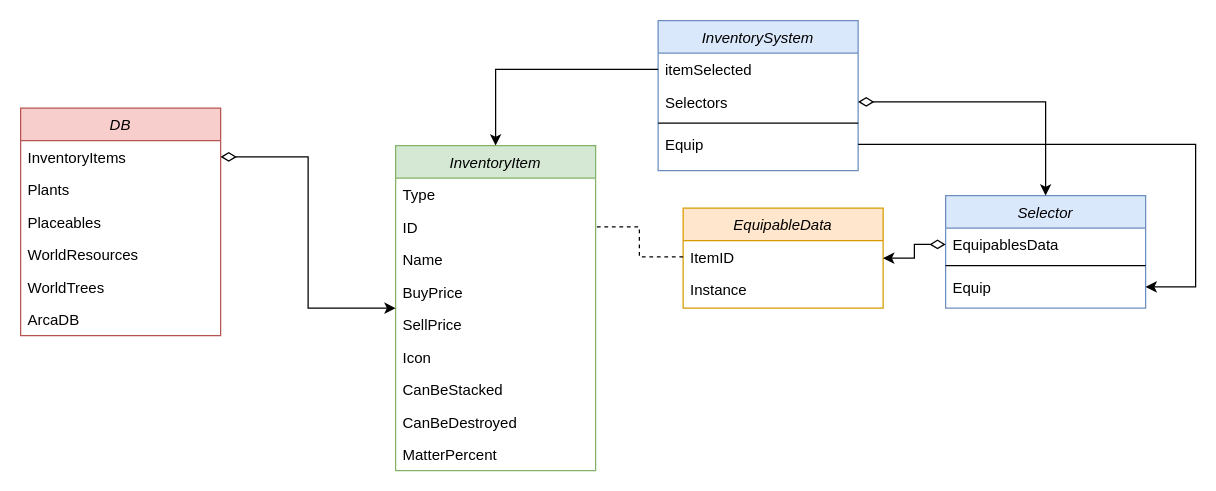
MagincyanGames/FarlandsCoreMod keeps this draw.io diagram as Docs/EquipItem.drawio. Above is the earlier version. Source tidied: cells renumbered, new cells numbered last; positions are measured from the earlier drawing's top-left corner, leaving out a move shared by most shapes. Both pictures are drawn from the tidied source at 125%, with x=0, y=0 at pixel (20, 20).
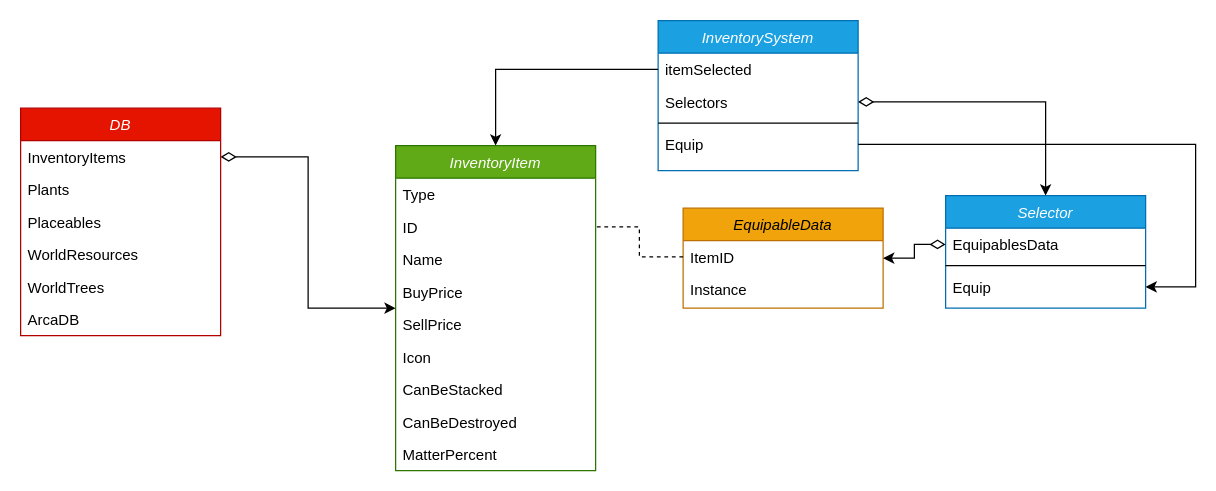
After the change.

Change to the diagram source:
```diff
@@
-    <mxCell id="2" value="InventoryItem" style="swimlane;fontStyle=2;align=center;verticalAlign=top;horizontal=1;startSize=26;rounded=0;shadow=0;strokeWidth=1;fillColor=#d5e8d4;strokeColor=#82b366;" parent="1" vertex="1">
+    <mxCell id="2" value="InventoryItem" style="swimlane;fontStyle=2;align=center;verticalAlign=top;horizontal=1;startSize=26;rounded=0;shadow=0;strokeWidth=1;fillColor=#60a917;strokeColor=#2D7600;fontColor=#ffffff;" parent="1" vertex="1">
       <mxGeometry x="300" y="100" width="160" height="260" as="geometry" />
     </mxCell>
@@
-    <mxCell id="12" value="EquipableData" style="swimlane;fontStyle=2;align=center;verticalAlign=top;horizontal=1;startSize=26;rounded=0;shadow=0;strokeWidth=1;fillColor=#ffe6cc;strokeColor=#d79b00;" parent="1" vertex="1">
+    <mxCell id="12" value="EquipableData" style="swimlane;fontStyle=2;align=center;verticalAlign=top;horizontal=1;startSize=26;rounded=0;shadow=0;strokeWidth=1;fillColor=#f0a30a;strokeColor=#BD7000;fontColor=#000000;" parent="1" vertex="1">
       <mxGeometry x="530" y="150" width="160" height="80" as="geometry" />
     </mxCell>
@@
-    <mxCell id="15" value="InventorySystem" style="swimlane;fontStyle=2;align=center;verticalAlign=top;horizontal=1;startSize=26;rounded=0;shadow=0;strokeWidth=1;fillColor=#dae8fc;strokeColor=#6c8ebf;" parent="1" vertex="1">
+    <mxCell id="15" value="InventorySystem" style="swimlane;fontStyle=2;align=center;verticalAlign=top;horizontal=1;startSize=26;rounded=0;shadow=0;strokeWidth=1;fillColor=#1ba1e2;strokeColor=#006EAF;fontColor=#ffffff;" parent="1" vertex="1">
       <mxGeometry x="510" width="160" height="120" as="geometry" />
     </mxCell>
@@
-    <mxCell id="21" value="DB" style="swimlane;fontStyle=2;align=center;verticalAlign=top;horizontal=1;startSize=26;rounded=0;shadow=0;strokeWidth=1;fillColor=#f8cecc;strokeColor=#b85450;" parent="1" vertex="1">
+    <mxCell id="21" value="DB" style="swimlane;fontStyle=2;align=center;verticalAlign=top;horizontal=1;startSize=26;rounded=0;shadow=0;strokeWidth=1;fillColor=#e51400;strokeColor=#B20000;fontColor=#ffffff;" parent="1" vertex="1">
       <mxGeometry y="70" width="160" height="182" as="geometry" />
     </mxCell>
@@
-    <mxCell id="30" value="Selector" style="swimlane;fontStyle=2;align=center;verticalAlign=top;horizontal=1;startSize=26;rounded=0;shadow=0;strokeWidth=1;fillColor=#dae8fc;strokeColor=#6c8ebf;" parent="1" vertex="1">
+    <mxCell id="30" value="Selector" style="swimlane;fontStyle=2;align=center;verticalAlign=top;horizontal=1;startSize=26;rounded=0;shadow=0;strokeWidth=1;fillColor=#1ba1e2;strokeColor=#006EAF;fontColor=#ffffff;" parent="1" vertex="1">
       <mxGeometry x="740" y="140" width="160" height="90" as="geometry" />
     </mxCell>
```
